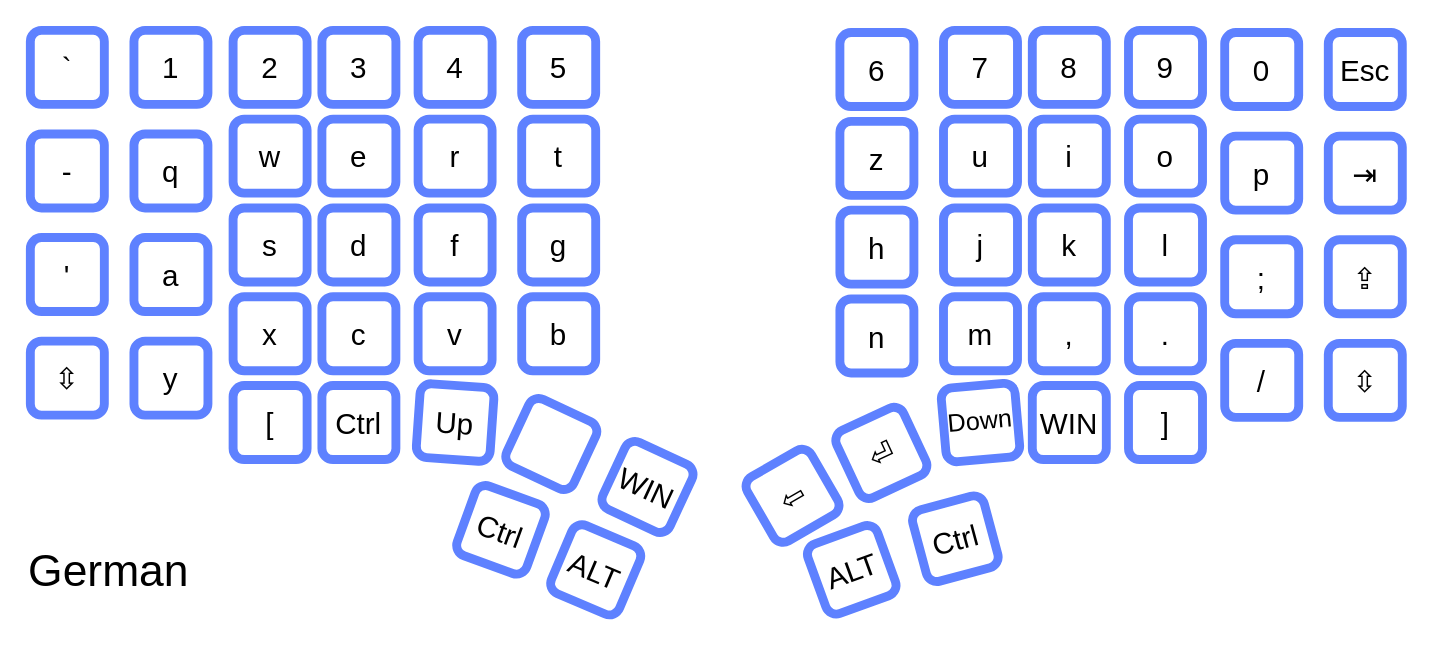
The draw.io diagram page "Ge - Uni" (10 of 16) of layouts.drawio in maxistar/dacty, before the edit. Source tidied: cells renumbered, new cells numbered last; positions are measured from the earlier drawing's top-left corner, leaving out a move shared by most shapes. Both pictures are drawn from the tidied source at 148%, with x=0, y=0 at pixel (25, 30).
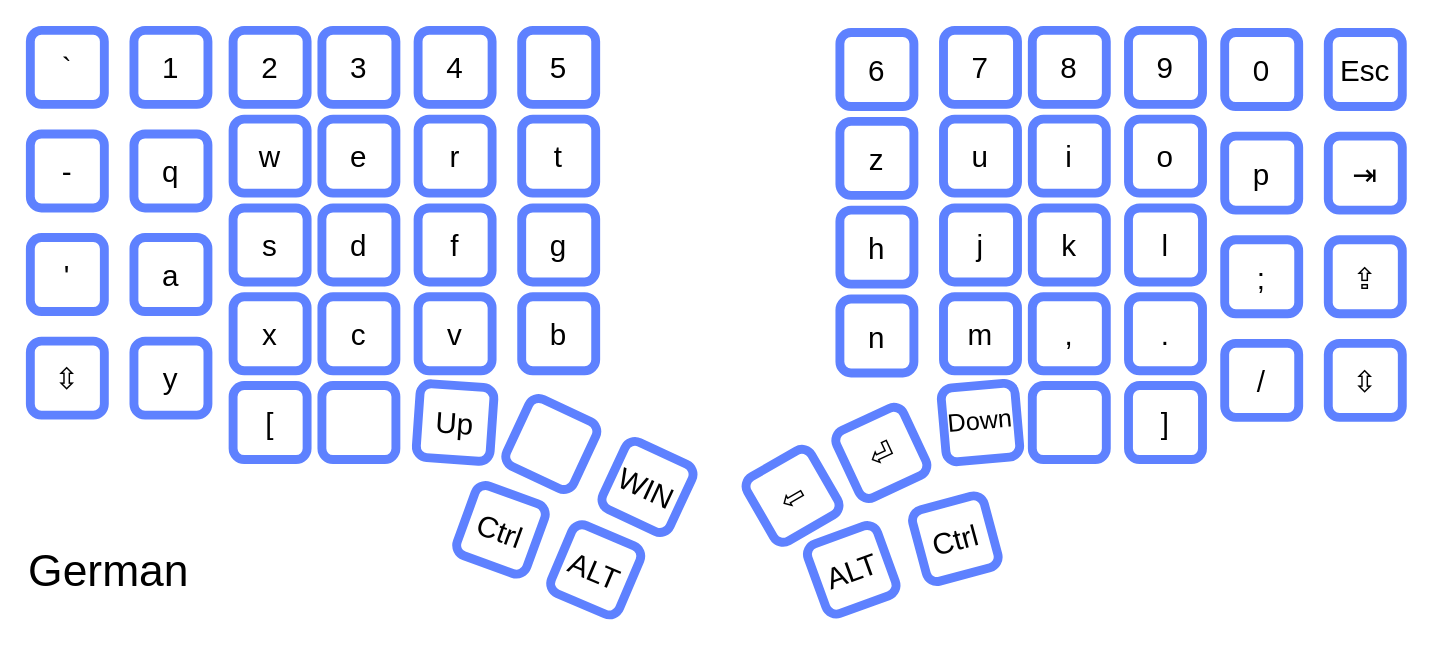
After the change.

Commit message (it also covers changes not shown here):
swap ctrl for ru on mac

Change to the diagram source:
```diff
@@
-    <mxCell id="48" value="&lt;span style=&quot;font-size: 20px;&quot;&gt;WIN&lt;/span&gt;" style="rounded=1;whiteSpace=wrap;html=1;strokeWidth=6;strokeColor=#5E81FF;" parent="1" vertex="1">
+    <mxCell id="48" value="&lt;span style=&quot;font-size: 20px;&quot;&gt;&amp;nbsp;&lt;/span&gt;" style="rounded=1;whiteSpace=wrap;html=1;strokeWidth=6;strokeColor=#5E81FF;" parent="1" vertex="1">
       <mxGeometry x="680" y="240" width="50" height="50" as="geometry" />
     </mxCell>
@@
-    <mxCell id="63" value="&lt;span style=&quot;font-size: 20px;&quot;&gt;Ctrl&lt;/span&gt;" style="rounded=1;whiteSpace=wrap;html=1;strokeWidth=6;strokeColor=#5E81FF;" parent="1" vertex="1">
+    <mxCell id="63" value="&lt;span style=&quot;font-size: 20px;&quot;&gt;&amp;nbsp;&lt;/span&gt;" style="rounded=1;whiteSpace=wrap;html=1;strokeWidth=6;strokeColor=#5E81FF;" parent="1" vertex="1">
       <mxGeometry x="200" y="240" width="50" height="50" as="geometry" />
     </mxCell>
```
